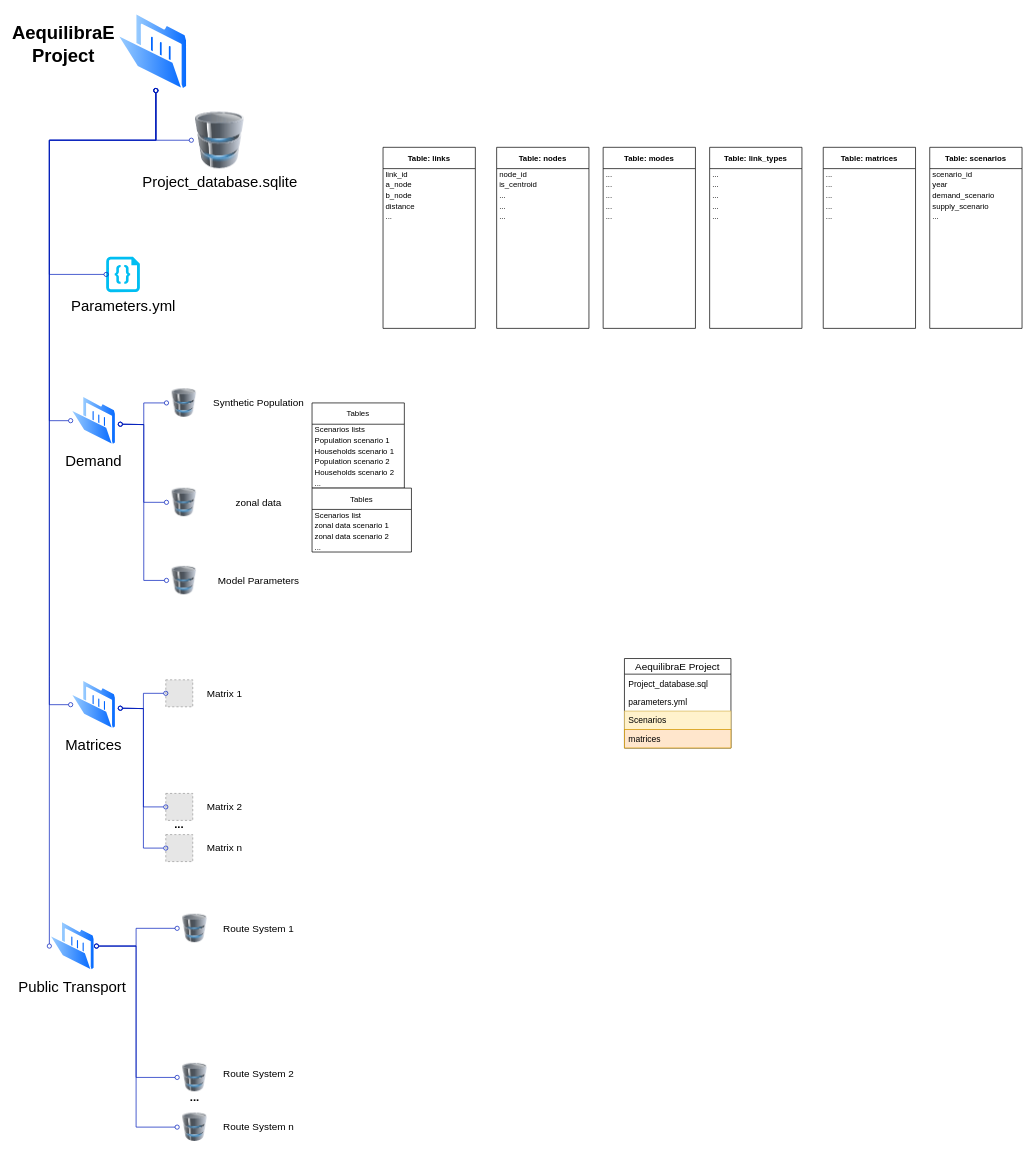
AequilibraE/aequilibrae keeps this draw.io diagram as docs/source/project_structure.drawio. Above is the earlier version. Source tidied: cells renumbered, new cells numbered last; positions are measured from the earlier drawing's top-left corner, leaving out a move shared by most shapes. Both pictures are drawn from the tidied source at 71%, with x=0, y=0 at pixel (42, 12). Pictures stored in the file or linked from it are replaced by grey dashed boxes.
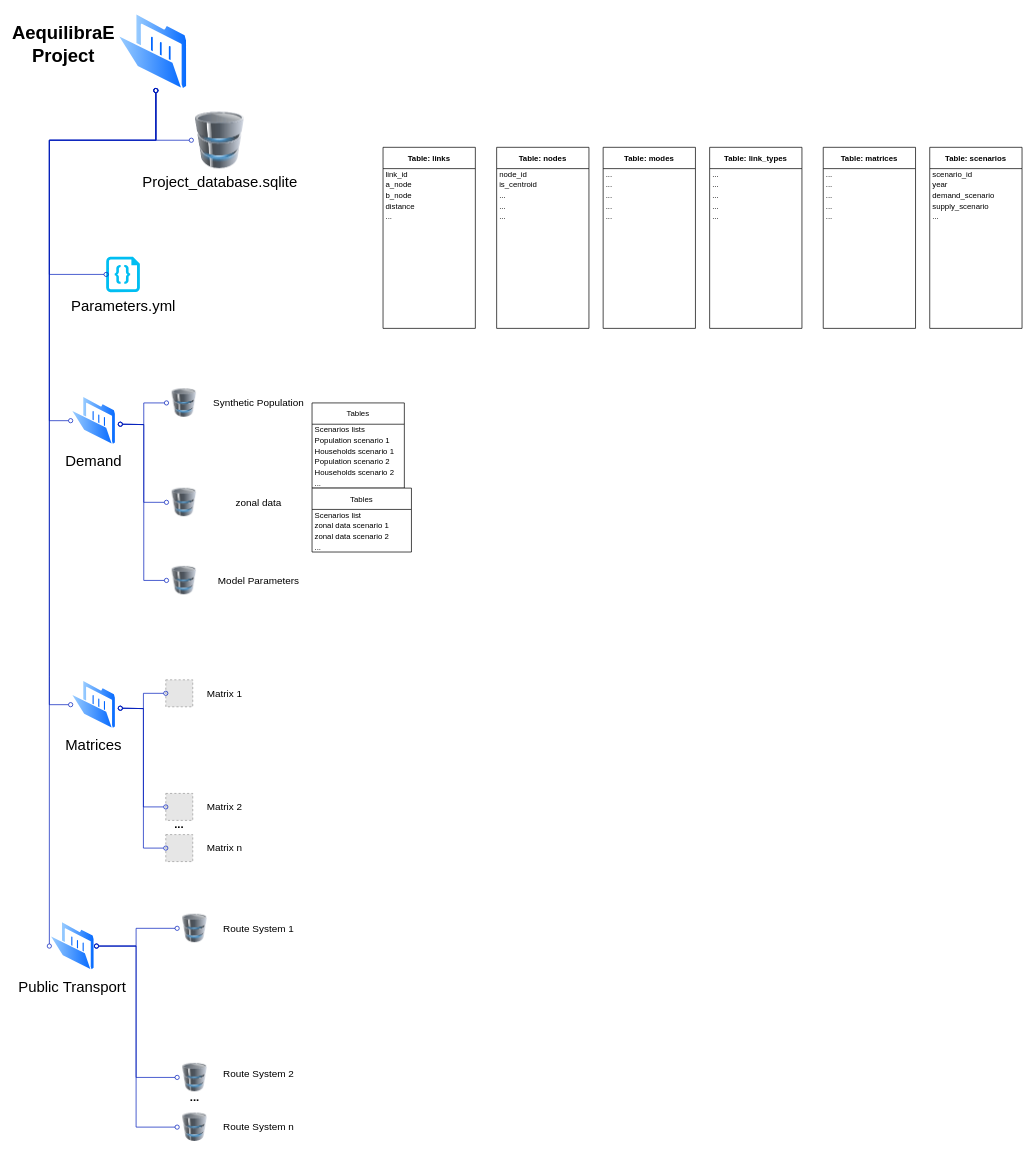
Above is the later version.

Diff of the diagram source:
```diff
@@
-    <mxCell id="53" value="AequilibraE Project" style="swimlane;fontStyle=0;horizontal=1;startSize=22;align=center;fontSize=14;" parent="1" vertex="1">
-      <mxGeometry x="820" y="910" width="150" height="126" as="geometry" />
-    </mxCell>
-    <mxCell id="54" value="Project_database.sql" style="text;strokeColor=none;fillColor=none;spacingLeft=4;spacingRight=4;overflow=hidden;fontSize=12;" parent="53" vertex="1">
-      <mxGeometry y="22" width="150" height="26" as="geometry" />
-    </mxCell>
-    <mxCell id="55" value="parameters.yml" style="text;strokeColor=none;fillColor=none;spacingLeft=4;spacingRight=4;overflow=hidden;fontSize=12;" parent="53" vertex="1">
-      <mxGeometry y="48" width="150" height="26" as="geometry" />
-    </mxCell>
-    <mxCell id="56" value="Scenarios" style="text;strokeColor=#d6b656;fillColor=#fff2cc;spacingLeft=4;spacingRight=4;overflow=hidden;fontSize=12;" parent="53" vertex="1">
-      <mxGeometry y="74" width="150" height="26" as="geometry" />
-    </mxCell>
-    <mxCell id="57" value="matrices" style="text;strokeColor=#d79b00;fillColor=#ffe6cc;spacingLeft=4;spacingRight=4;overflow=hidden;fontSize=12;" parent="53" vertex="1">
-      <mxGeometry y="100" width="150" height="26" as="geometry" />
-    </mxCell>
```
